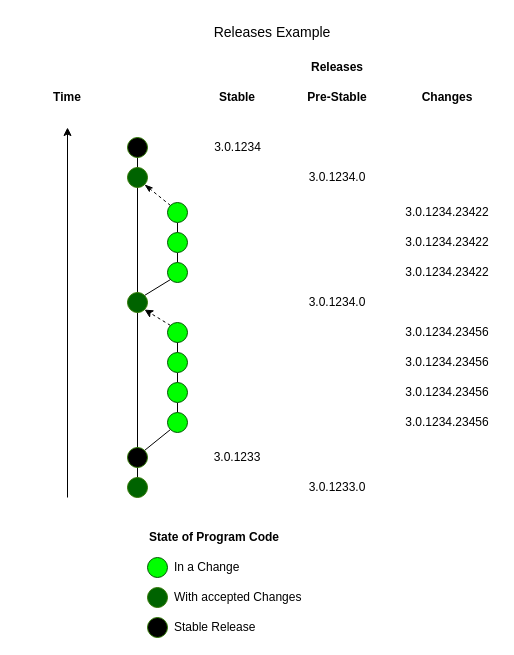
Before: srcx/doc/project/_res/dev.drawio in Pingvin235/bgerp, a draw.io diagram. Source tidied: cells renumbered, new cells numbered last; positions are measured from the earlier drawing's top-left corner, leaving out a move shared by most shapes. Both pictures are drawn from the tidied source at 100%, with x=0, y=0 at pixel (17, 17).
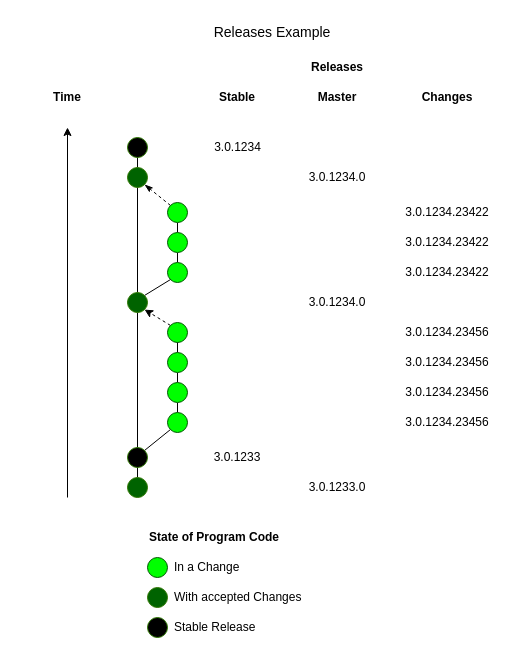
The same page after the edit.

The edit, as a diff of the source:
```diff
@@
-    <mxCell id="52" value="Pre-Stable" style="text;html=1;strokeColor=none;fillColor=none;align=center;verticalAlign=middle;whiteSpace=wrap;rounded=0;fontStyle=1;" parent="1" vertex="1">
+    <mxCell id="52" value="Master" style="text;html=1;strokeColor=none;fillColor=none;align=center;verticalAlign=middle;whiteSpace=wrap;rounded=0;fontStyle=1;" parent="1" vertex="1">
       <mxGeometry x="285" y="70" width="70" height="20" as="geometry" />
     </mxCell>
```
